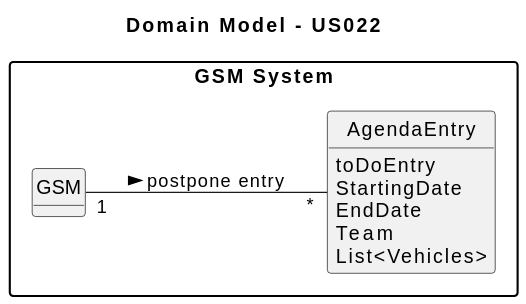
The PlantUML diagram docs/sprintC/us024/02.analysis/svg/us024-domain-model-Domain_Model___US024.svg in SAEmanuel/Green_Spaces_Management_ISEP, before a commit. Its diagram source:
```plantuml
@startuml
skinparam monochrome true
skinparam packageStyle rectangle
skinparam shadowing false

left to right direction

skinparam classAttributeIconSize 0

hide circle
hide methods
package "GSM System" {

title Domain Model - US022



class GSM {
}

class AgendaEntry {
         toDoEntry
         StartingDate
         EndDate
         Team
         List<Vehicles>

}








GSM "1" -- "*" AgendaEntry : postpone entry >
@enduml
```
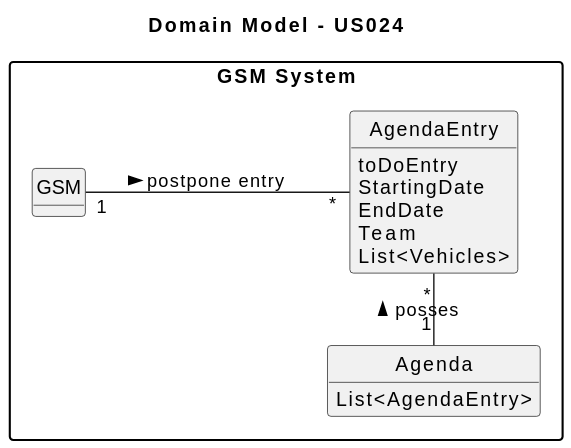
The same diagram one commit later.

Change to the diagram source:
```diff
@@ -11,7 +11,7 @@
 hide methods
 package "GSM System" {
 
-title Domain Model - US022
+title Domain Model - US024
 
 
 
@@ -28,11 +28,14 @@
 }
 
 
-
+class Agenda {
+         List<AgendaEntry>
+}
 
 
 
 
 
 GSM "1" -- "*" AgendaEntry : postpone entry >
+Agenda "1" - "*" AgendaEntry : posses >
 @enduml
```
